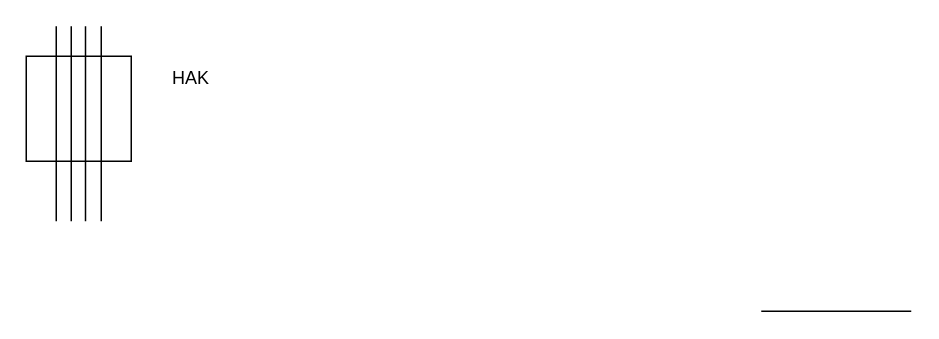
Lostqw1/Funfun keeps this draw.io diagram as PV_Schaltplan.drawio. Above is the earlier version. Source tidied: cells renumbered, new cells numbered last; positions are measured from the earlier drawing's top-left corner, leaving out a move shared by most shapes. Both pictures are drawn from the tidied source at 150%, with x=0, y=0 at pixel (26, 26).
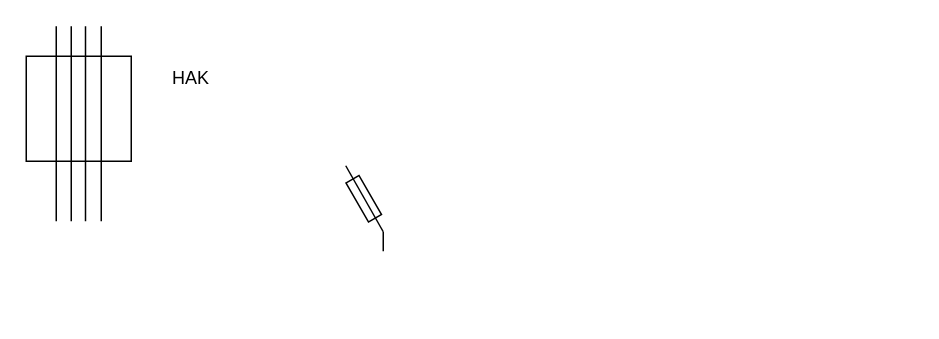
The same page after the edit.

Diff of the diagram source:
```diff
@@
 <mxGraphModel>
   <root>
     <mxCell id="0" />
     <mxCell id="1" parent="0" />
     <mxCell id="2" style="whiteSpace=wrap;html=1;" parent="1" vertex="1">
       <mxGeometry y="20" width="70" height="70" as="geometry" />
     </mxCell>
     <mxCell id="3" style="endArrow=none;html=1;rounded=0;" parent="1" edge="1">
       <mxGeometry relative="1" as="geometry">
         <mxPoint x="20" y="130" as="sourcePoint" />
         <mxPoint x="20" as="targetPoint" />
       </mxGeometry>
     </mxCell>
     <mxCell id="4" style="endArrow=none;html=1;rounded=0;" parent="1" edge="1">
       <mxGeometry relative="1" as="geometry">
         <mxPoint x="30" y="130" as="sourcePoint" />
         <mxPoint x="30" as="targetPoint" />
       </mxGeometry>
     </mxCell>
     <mxCell id="5" style="endArrow=none;html=1;rounded=0;" parent="1" edge="1">
       <mxGeometry relative="1" as="geometry">
         <mxPoint x="39.5" y="130" as="sourcePoint" />
         <mxPoint x="39.5" as="targetPoint" />
       </mxGeometry>
     </mxCell>
     <mxCell id="6" style="endArrow=none;html=1;rounded=0;" parent="1" edge="1">
       <mxGeometry relative="1" as="geometry">
         <mxPoint x="50" y="130" as="sourcePoint" />
         <mxPoint x="50" as="targetPoint" />
       </mxGeometry>
     </mxCell>
     <mxCell id="7" value="HAK" style="text;html=1;strokeColor=none;fillColor=none;align=center;verticalAlign=middle;whiteSpace=wrap;rounded=0;" parent="1" vertex="1">
       <mxGeometry x="80" y="20" width="60" height="30" as="geometry" />
     </mxCell>
-    <mxCell id="8" style="endArrow=none;html=1;rounded=0;" parent="1" edge="1">
-      <mxGeometry relative="1" as="geometry">
-        <mxPoint x="490" y="190" as="sourcePoint" />
-        <mxPoint x="590" y="190" as="targetPoint" />
-      </mxGeometry>
-    </mxCell>
+    <mxCell id="9" style="group;" parent="1" vertex="1">
+      <mxGeometry x="208.2" y="90.8" width="33.7" height="59.2" as="geometry" />
+    </mxCell>
+    <mxCell id="10" style="group;rotation=-30;" parent="9" vertex="1">
+      <mxGeometry x="11.8" y="-0.8" width="10" height="50" as="geometry" />
+    </mxCell>
+    <mxCell id="11" style="rounded=0;whiteSpace=wrap;html=1;rotation=-30;" parent="10" vertex="1">
+      <mxGeometry y="10" width="10" height="30" as="geometry" />
+    </mxCell>
+    <mxCell id="12" style="endArrow=none;html=1;rounded=0;" parent="10" edge="1">
+      <mxGeometry relative="1" as="geometry">
+        <mxPoint x="18" y="47" as="sourcePoint" />
+        <mxPoint x="-7" y="3" as="targetPoint" />
+      </mxGeometry>
+    </mxCell>
+    <mxCell id="13" style="endArrow=none;html=1;rounded=0;" parent="9" edge="1">
+      <mxGeometry relative="1" as="geometry">
+        <mxPoint x="29.8" y="59.2" as="sourcePoint" />
+        <mxPoint x="29.8" y="46.2" as="targetPoint" />
+      </mxGeometry>
+    </mxCell>
   </root>
 </mxGraphModel>
```
